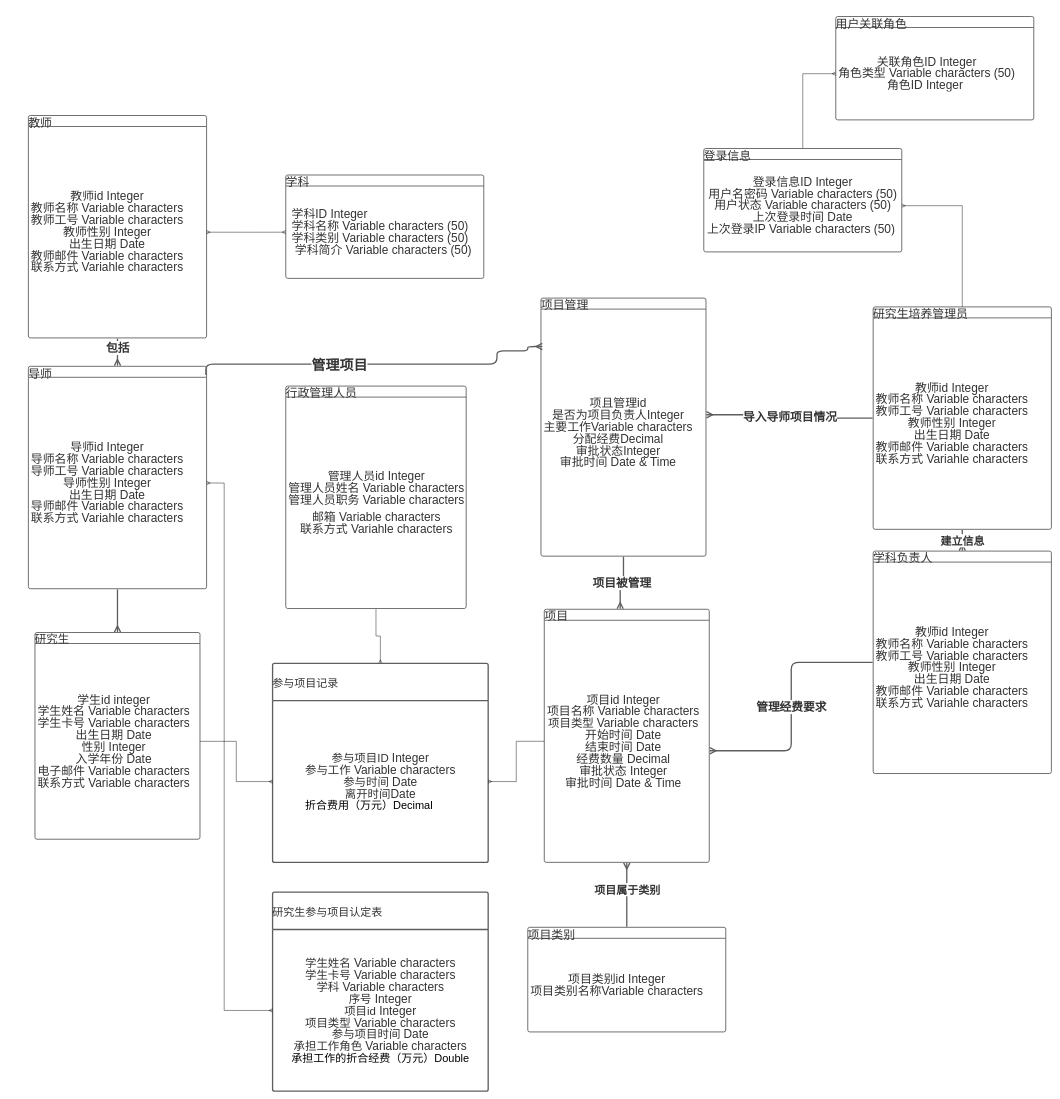
The draw.io diagram Untitled Diagram.drawio in fafaface/bmptool, before the edit. Source tidied: cells renumbered, new cells numbered last; positions are measured from the earlier drawing's top-left corner, leaving out a move shared by most shapes. Both pictures are drawn from the tidied source at 44%, with x=0, y=0 at pixel (28, 16).
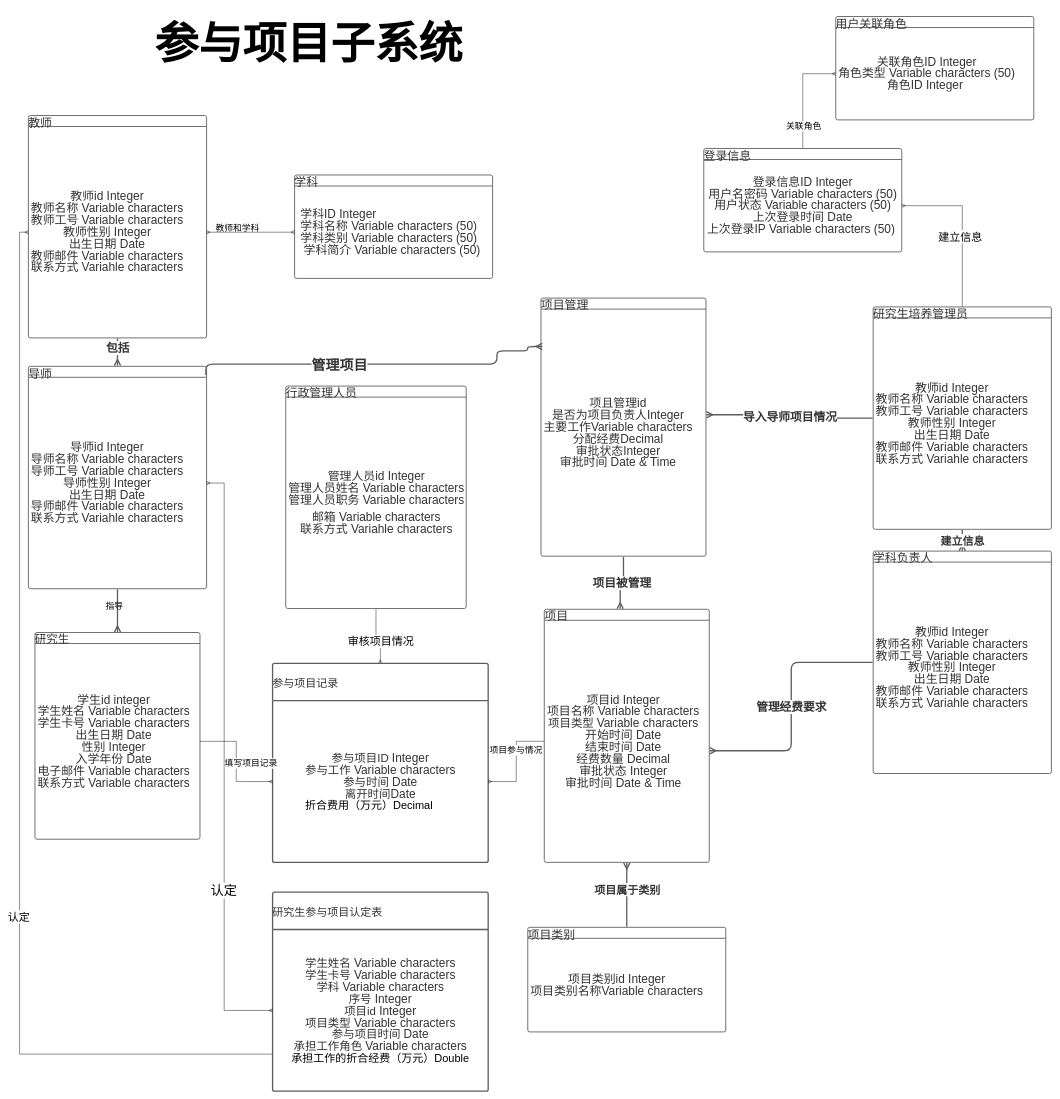
The same diagram, later.

The change refers to these unchanged cells:
```xml
<mxCell id="7" value="&lt;div style=&quot;display: flex; justify-content: center; text-align: center; align-items: baseline; font-size: 0; line-height: 1;&quot;&gt;&lt;span style=&quot;font-size:11px;&quot;&gt;&lt;span style=&quot;font-size:27px;color:#333333;&quot;&gt;教师id Integer&#10;&lt;/span&gt;&lt;/span&gt;&lt;/div&gt;&lt;div style=&quot;display: flex; justify-content: center; text-align: center; align-items: baseline; font-size: 0; line-height: 1;&quot;&gt;&lt;span style=&quot;font-size:11px;&quot;&gt;&lt;span style=&quot;font-size:27px;color:#333333;&quot;&gt;教师名称 Variable characters &#10;&lt;/span&gt;&lt;/span&gt;&lt;/div&gt;&lt;div style=&quot;display: flex; justify-content: center; text-align: center; align-items: baseline; font-size: 0; line-height: 1;&quot;&gt;&lt;span style=&quot;font-size:11px;&quot;&gt;&lt;span style=&quot;font-size:27px;color:#333333;&quot;&gt;教师工号 Variable characters &#10;&lt;/span&gt;&lt;/span&gt;&lt;/div&gt;&lt;div style=&quot;display: flex; justify-content: center; text-align: center; align-items: baseline; font-size: 0; line-height: 1;&quot;&gt;&lt;span style=&quot;font-size:11px;&quot;&gt;&lt;span style=&quot;font-size:27px;color:#333333;&quot;&gt;教师性别 Integer&#10;&lt;/span&gt;&lt;/span&gt;&lt;/div&gt;&lt;div style=&quot;display: flex; justify-content: center; text-align: center; align-items: baseline; font-size: 0; line-height: 1;&quot;&gt;&lt;span style=&quot;font-size:11px;&quot;&gt;&lt;span style=&quot;font-size:27px;color:#333333;&quot;&gt;出生日期 Date&#10;&lt;/span&gt;&lt;/span&gt;&lt;/div&gt;&lt;div style=&quot;display: flex; justify-content: center; text-align: center; align-items: baseline; font-size: 0; line-height: 1;&quot;&gt;&lt;span style=&quot;font-size:11px;&quot;&gt;&lt;span style=&quot;font-size:27px;color:#333333;&quot;&gt;教师邮件 Variable characters&#10;&lt;/span&gt;&lt;/span&gt;&lt;/div&gt;&lt;div style=&quot;display: flex; justify-content: center; text-align: center; align-items: baseline; font-size: 0; line-height: 1;&quot;&gt;&lt;span style=&quot;font-size:11px;&quot;&gt;&lt;span style=&quot;font-size:27px;color:#333333;&quot;&gt;联系方式 Variahle characters &lt;/span&gt;&lt;/span&gt;&lt;/div&gt;" style="html=1;strokeColor=none;fillColor=none;align=left;verticalAlign=middle;spacingLeft=4;spacingRight=4;overflow=hidden;points=[[0,0.5],[1,0.5]];portConstraint=eastwest;swimlaneFillColor=#ffffff;strokeOpacity=100;fontSize=27;fontColor=#333333;" parent="6" vertex="1">
  <mxGeometry y="25" width="405" height="480.5" as="geometry" />
</mxCell>
<mxCell id="20" value="&lt;div style=&quot;display: flex ; justify-content: center ; align-items: baseline ; font-size: 0px ; line-height: 1&quot;&gt;&lt;span style=&quot;font-size: 11px&quot;&gt;&lt;span style=&quot;font-size: 26px ; color: #333333 ; font-family: &amp;#34;liberation&amp;#34; serif&quot;&gt;学生姓名 &lt;/span&gt;&lt;span style=&quot;font-size: 27px ; color: #333333&quot;&gt;Variable characters&lt;/span&gt;&lt;span style=&quot;font-size: 26px ; color: #333333 ; font-family: &amp;#34;liberation&amp;#34; serif&quot;&gt;&lt;br&gt;&lt;/span&gt;&lt;/span&gt;&lt;/div&gt;&lt;div style=&quot;display: flex ; justify-content: center ; align-items: baseline ; font-size: 0px ; line-height: 1&quot;&gt;&lt;span style=&quot;font-size: 11px&quot;&gt;&lt;span style=&quot;font-size: 26px ; color: #333333 ; font-family: &amp;#34;liberation&amp;#34; serif&quot;&gt;学生卡号 &lt;/span&gt;&lt;span style=&quot;font-size: 27px ; color: #333333&quot;&gt;Variable characters&lt;/span&gt;&lt;span style=&quot;font-size: 26px ; color: #333333 ; font-family: &amp;#34;liberation&amp;#34; serif&quot;&gt;&lt;br&gt;&lt;/span&gt;&lt;/span&gt;&lt;/div&gt;&lt;div style=&quot;display: flex ; justify-content: center ; align-items: baseline ; font-size: 0px ; line-height: 1&quot;&gt;&lt;span style=&quot;font-size: 11px&quot;&gt;&lt;span style=&quot;font-size: 26px ; color: #333333 ; font-family: &amp;#34;liberation&amp;#34; serif&quot;&gt;学科 &lt;/span&gt;&lt;span style=&quot;font-size: 27px ; color: #333333&quot;&gt;Variable characters&lt;/span&gt;&lt;span style=&quot;font-size: 26px ; color: #333333 ; font-family: &amp;#34;liberation&amp;#34; serif&quot;&gt;&lt;br&gt;&lt;/span&gt;&lt;/span&gt;&lt;/div&gt;&lt;div style=&quot;display: flex ; justify-content: center ; align-items: baseline ; font-size: 0px ; line-height: 1&quot;&gt;&lt;span style=&quot;font-size: 11px&quot;&gt;&lt;span style=&quot;font-size: 26px ; color: #333333 ; font-family: &amp;#34;liberation&amp;#34; serif&quot;&gt;序号 &lt;/span&gt;&lt;span style=&quot;font-size: 27px ; color: #333333&quot;&gt; Integer&lt;/span&gt;&lt;span style=&quot;font-size: 26px ; color: #333333 ; font-family: &amp;#34;liberation&amp;#34; serif&quot;&gt;&lt;br&gt;&lt;/span&gt;&lt;/span&gt;&lt;/div&gt;&lt;div style=&quot;display: flex ; justify-content: center ; align-items: baseline ; font-size: 0px ; line-height: 1&quot;&gt;&lt;span style=&quot;font-size: 11px&quot;&gt;&lt;span style=&quot;font-size: 26px ; color: #333333 ; font-family: &amp;#34;liberation&amp;#34; serif&quot;&gt;项目id &lt;/span&gt;&lt;span style=&quot;font-size: 27px ; color: #333333&quot;&gt; Integer&lt;/span&gt;&lt;span style=&quot;font-size: 26px ; color: #333333 ; font-family: &amp;#34;liberation&amp;#34; serif&quot;&gt;&lt;br&gt;&lt;/span&gt;&lt;/span&gt;&lt;/div&gt;&lt;div style=&quot;display: flex ; justify-content: center ; align-items: baseline ; font-size: 0px ; line-height: 1&quot;&gt;&lt;span style=&quot;font-size: 11px&quot;&gt;&lt;span style=&quot;font-size: 26px ; color: #333333 ; font-family: &amp;#34;liberation&amp;#34; serif&quot;&gt;项目类型 &lt;/span&gt;&lt;span style=&quot;font-size: 27px ; color: #333333&quot;&gt;Variable characters&lt;/span&gt;&lt;span style=&quot;font-size: 26px ; color: #333333 ; font-family: &amp;#34;liberation&amp;#34; serif&quot;&gt;&lt;br&gt;&lt;/span&gt;&lt;/span&gt;&lt;/div&gt;&lt;div style=&quot;display: flex ; justify-content: center ; align-items: baseline ; font-size: 0px ; line-height: 1&quot;&gt;&lt;span style=&quot;font-size: 11px&quot;&gt;&lt;span style=&quot;font-size: 26px ; color: #333333 ; font-family: &amp;#34;liberation&amp;#34; serif&quot;&gt;参与项目时间 &lt;/span&gt;&lt;span style=&quot;font-size: 27px ; color: #333333&quot;&gt;Date&lt;/span&gt;&lt;span style=&quot;font-size: 26px ; color: #333333 ; font-family: &amp;#34;liberation&amp;#34; serif&quot;&gt;&lt;br&gt;&lt;/span&gt;&lt;/span&gt;&lt;/div&gt;&lt;div style=&quot;display: flex ; justify-content: center ; align-items: baseline ; font-size: 0px ; line-height: 1&quot;&gt;&lt;span style=&quot;font-size: 11px&quot;&gt;&lt;span style=&quot;font-size: 26px ; color: #333333 ; font-family: &amp;#34;liberation&amp;#34; serif&quot;&gt;承担工作角色 &lt;/span&gt;&lt;span style=&quot;font-size: 27px ; color: #333333&quot;&gt;Variable characters&lt;/span&gt;&lt;span style=&quot;font-size: 26px ; color: #333333 ; font-family: &amp;#34;liberation&amp;#34; serif&quot;&gt;&lt;br&gt;&lt;/span&gt;&lt;/span&gt;&lt;/div&gt;&lt;div style=&quot;display: flex ; justify-content: flex-start ; align-items: baseline ; font-size: 0px ; line-height: 1&quot;&gt;&lt;span style=&quot;font-size: 11px&quot;&gt;&lt;span style=&quot;font-size: 25px ; color: #000000&quot;&gt;承担工作的折合经费（万元）Double&lt;/span&gt;&lt;/span&gt;&lt;/div&gt;" style="html=1;strokeColor=none;fillColor=none;align=center;verticalAlign=middle;spacingLeft=4;spacingRight=4;overflow=hidden;points=[[0,0.5],[1,0.5]];portConstraint=eastwest;swimlaneFillColor=#ffffff;strokeOpacity=100;fontSize=26;fontColor=#333333;" parent="19" vertex="1">
  <mxGeometry y="85" width="490" height="367.5" as="geometry" />
</mxCell>
<mxCell id="37" style="edgeStyle=orthogonalEdgeStyle;rounded=0;jettySize=auto;html=1;entryX=1;entryY=0.5;entryDx=0;entryDy=0;endArrow=ERmany;endFill=0;" parent="1" edge="1" source="27" target="40">
  <mxGeometry relative="1" as="geometry" />
</mxCell>
<mxCell id="38" style="edgeStyle=orthogonalEdgeStyle;rounded=0;jettySize=auto;html=1;exitX=0.5;exitY=0;exitDx=0;exitDy=0;endArrow=ERmany;endFill=0;" parent="1" edge="1" source="39" target="36">
  <mxGeometry relative="1" as="geometry" />
</mxCell>
<mxCell id="44" style="edgeStyle=orthogonalEdgeStyle;rounded=0;jettySize=auto;html=1;exitX=1;exitY=0.5;exitDx=0;exitDy=0;startArrow=ERmany;startFill=0;endArrow=ERmany;endFill=0;" parent="1" edge="1" source="24" target="20">
  <mxGeometry relative="1" as="geometry">
    <Array as="points">
      <mxPoint x="445" y="1060" />
      <mxPoint x="445" y="2259" />
    </Array>
  </mxGeometry>
</mxCell>
<mxCell id="45" style="edgeStyle=orthogonalEdgeStyle;rounded=0;jettySize=auto;html=1;exitX=0.5;exitY=0;exitDx=0;exitDy=0;entryX=0.5;entryY=1.003;entryDx=0;entryDy=0;entryPerimeter=0;startArrow=ERmany;startFill=0;endArrow=none;endFill=0;" parent="1" edge="1" source="46" target="51">
  <mxGeometry relative="1" as="geometry">
    <Array as="points">
      <mxPoint x="800" y="1408" />
      <mxPoint x="790" y="1408" />
    </Array>
  </mxGeometry>
</mxCell>
<mxCell id="48" style="edgeStyle=orthogonalEdgeStyle;rounded=0;jettySize=auto;html=1;exitX=1;exitY=0.5;exitDx=0;exitDy=0;entryX=0;entryY=0.5;entryDx=0;entryDy=0;startArrow=none;startFill=0;endArrow=ERmany;endFill=0;" parent="1" edge="1" source="11" target="47">
  <mxGeometry relative="1" as="geometry" />
</mxCell>
<mxCell id="49" style="edgeStyle=orthogonalEdgeStyle;rounded=0;jettySize=auto;html=1;exitX=1;exitY=0.5;exitDx=0;exitDy=0;entryX=0;entryY=0.5;entryDx=0;entryDy=0;startArrow=ERmany;startFill=0;endArrow=none;endFill=0;" parent="1" edge="1" source="47" target="3">
  <mxGeometry relative="1" as="geometry" />
</mxCell>
```

Diff of the diagram source:
```diff
@@
+    <mxCell id="52" value="&lt;font style=&quot;font-size: 25px&quot;&gt;建立信息&lt;/font&gt;" style="edgeLabel;html=1;align=center;verticalAlign=middle;" parent="37" vertex="1">
+      <mxGeometry x="-0.12" y="5" relative="1" as="geometry">
+        <mxPoint y="1" as="offset" />
+      </mxGeometry>
+    </mxCell>
@@
+    <mxCell id="53" value="&lt;font style=&quot;font-size: 20px&quot;&gt;关联角色&lt;/font&gt;" style="edgeLabel;html=1;align=center;verticalAlign=middle;" parent="38" vertex="1">
+      <mxGeometry x="-0.58" y="-1" relative="1" as="geometry">
+        <mxPoint y="-1" as="offset" />
+      </mxGeometry>
+    </mxCell>
@@
     <mxCell id="41" value="学科" style="html=1;overflow=block;blockSpacing=1;whiteSpace=wrap;swimlane;horizontal=1;fontStyle=0;swimlaneFillColor=#ffffff;startSize=25;whiteSpace=wrap;fontSize=27;fontColor=#333333;whiteSpace=wrap;align=left;spacing=0;strokeColor=#5e5e5e;strokeOpacity=100;rounded=1;absoluteArcSize=1;arcSize=9;strokeWidth=2;" parent="1" vertex="1">
-      <mxGeometry x="585" y="360.2" width="450" height="235" as="geometry" />
+      <mxGeometry x="605" y="360.2" width="450" height="235" as="geometry" />
     </mxCell>
@@
+    <mxCell id="54" value="&lt;font style=&quot;font-size: 30px&quot;&gt;认定&lt;/font&gt;" style="edgeLabel;html=1;align=center;verticalAlign=middle;" parent="44" vertex="1">
+      <mxGeometry x="0.43" y="-2" relative="1" as="geometry">
+        <mxPoint y="1" as="offset" />
+      </mxGeometry>
+    </mxCell>
@@
+    <mxCell id="55" value="&lt;font style=&quot;font-size: 25px&quot;&gt;审核项目情况&lt;/font&gt;" style="edgeLabel;html=1;align=center;verticalAlign=middle;" parent="45" vertex="1">
+      <mxGeometry x="-0.23" relative="1" as="geometry" />
+    </mxCell>
@@
+    <mxCell id="56" value="&lt;font style=&quot;font-size: 20px&quot;&gt;填写项目记录&lt;/font&gt;" style="edgeLabel;html=1;align=center;verticalAlign=middle;" parent="48" vertex="1">
+      <mxGeometry x="-0.39" y="-2" relative="1" as="geometry">
+        <mxPoint x="37" y="46.9" as="offset" />
+      </mxGeometry>
+    </mxCell>
@@
+    <mxCell id="57" value="&lt;font style=&quot;font-size: 20px&quot;&gt;项目参与情况&lt;/font&gt;" style="edgeLabel;html=1;align=center;verticalAlign=middle;" parent="49" vertex="1">
+      <mxGeometry x="0.24" y="1" relative="1" as="geometry" />
+    </mxCell>
@@
+    <mxCell id="58" value="&lt;div&gt;&lt;div class=&quot;document&quot;&gt;&lt;h1&gt;&lt;span style=&quot;font-weight: 700 ; font-style: normal ; color: rgb(0 , 0 , 0) ; background: transparent ; letter-spacing: 0pt ; vertical-align: baseline&quot;&gt;&lt;font style=&quot;font-size: 100px&quot;&gt;参与项目子系统&lt;/font&gt;&lt;/span&gt;&lt;/h1&gt;&lt;/div&gt;&lt;/div&gt;" style="text;whiteSpace=wrap;html=1;" parent="1" vertex="1">
+      <mxGeometry x="285" y="-20" width="1130" height="180" as="geometry" />
+    </mxCell>
+    <mxCell id="59" value="&lt;font style=&quot;font-size: 20px&quot;&gt;教师和学科&lt;/font&gt;" style="text;html=1;align=center;verticalAlign=middle;" parent="1" vertex="1">
+      <mxGeometry x="415" y="470" width="120" height="20" as="geometry" />
+    </mxCell>
+    <mxCell id="60" value="&lt;font style=&quot;font-size: 20px&quot;&gt;指导&lt;/font&gt;" style="text;html=1;align=center;verticalAlign=middle;" parent="1" vertex="1">
+      <mxGeometry x="165" y="1330" width="60" height="20" as="geometry" />
+    </mxCell>
+    <mxCell id="61" style="edgeStyle=orthogonalEdgeStyle;rounded=0;jettySize=auto;html=1;exitX=0;exitY=0.5;exitDx=0;exitDy=0;entryX=-0.001;entryY=0.771;entryDx=0;entryDy=0;entryPerimeter=0;startArrow=ERmany;startFill=0;endArrow=none;endFill=0;" parent="1" edge="1" source="7" target="20">
+      <mxGeometry relative="1" as="geometry" />
+    </mxCell>
+    <mxCell id="62" value="&lt;font style=&quot;font-size: 25px&quot;&gt;认定&lt;/font&gt;" style="edgeLabel;html=1;align=center;verticalAlign=middle;" parent="61" vertex="1">
+      <mxGeometry x="0.28" y="-3" relative="1" as="geometry">
+        <mxPoint y="-1" as="offset" />
+      </mxGeometry>
+    </mxCell>
```
